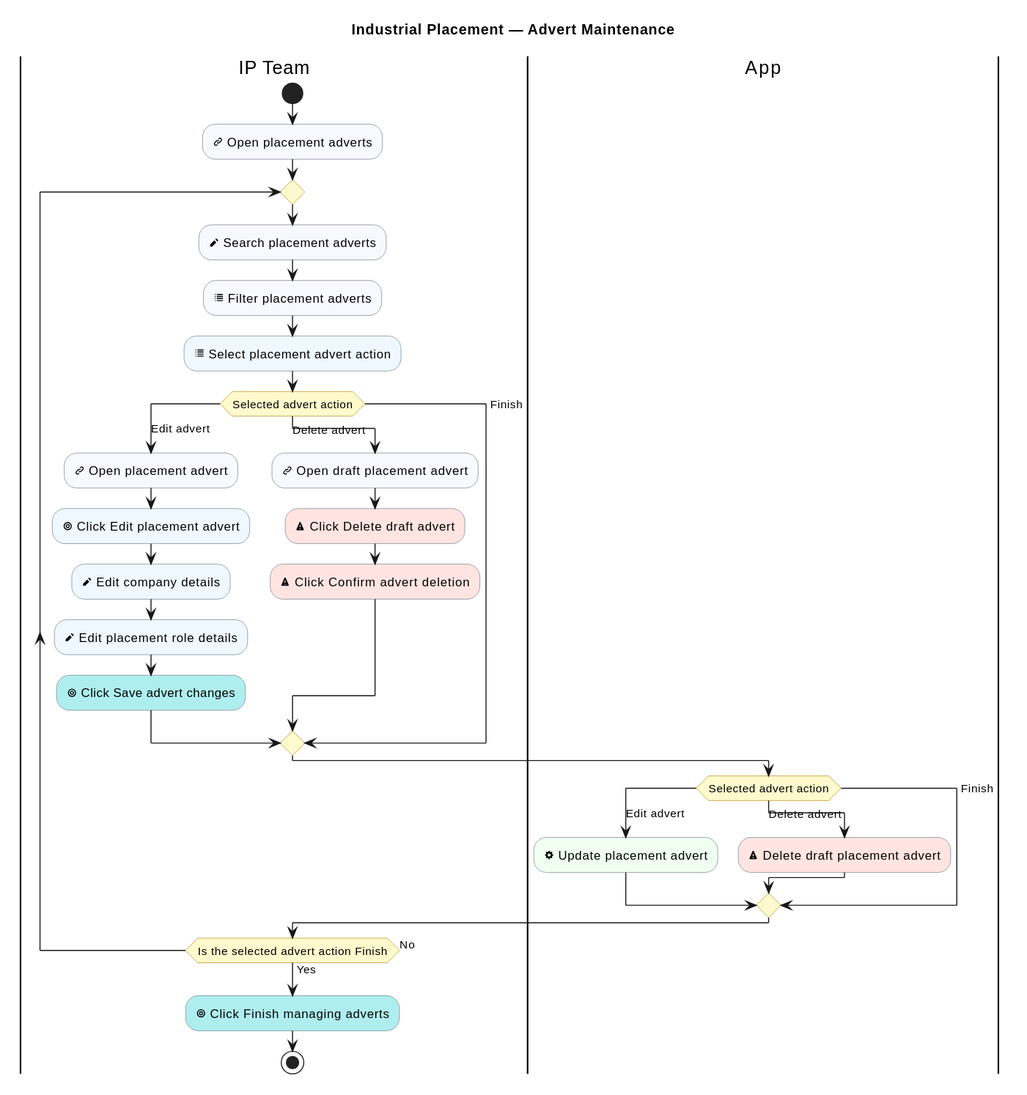
This is industrial-placement-group-project/diagrams/industrial-placement/advert-maintenance.svg from sdflkjssl/sdflkjssl.github.io, a PlantUML export, as it was before one commit.
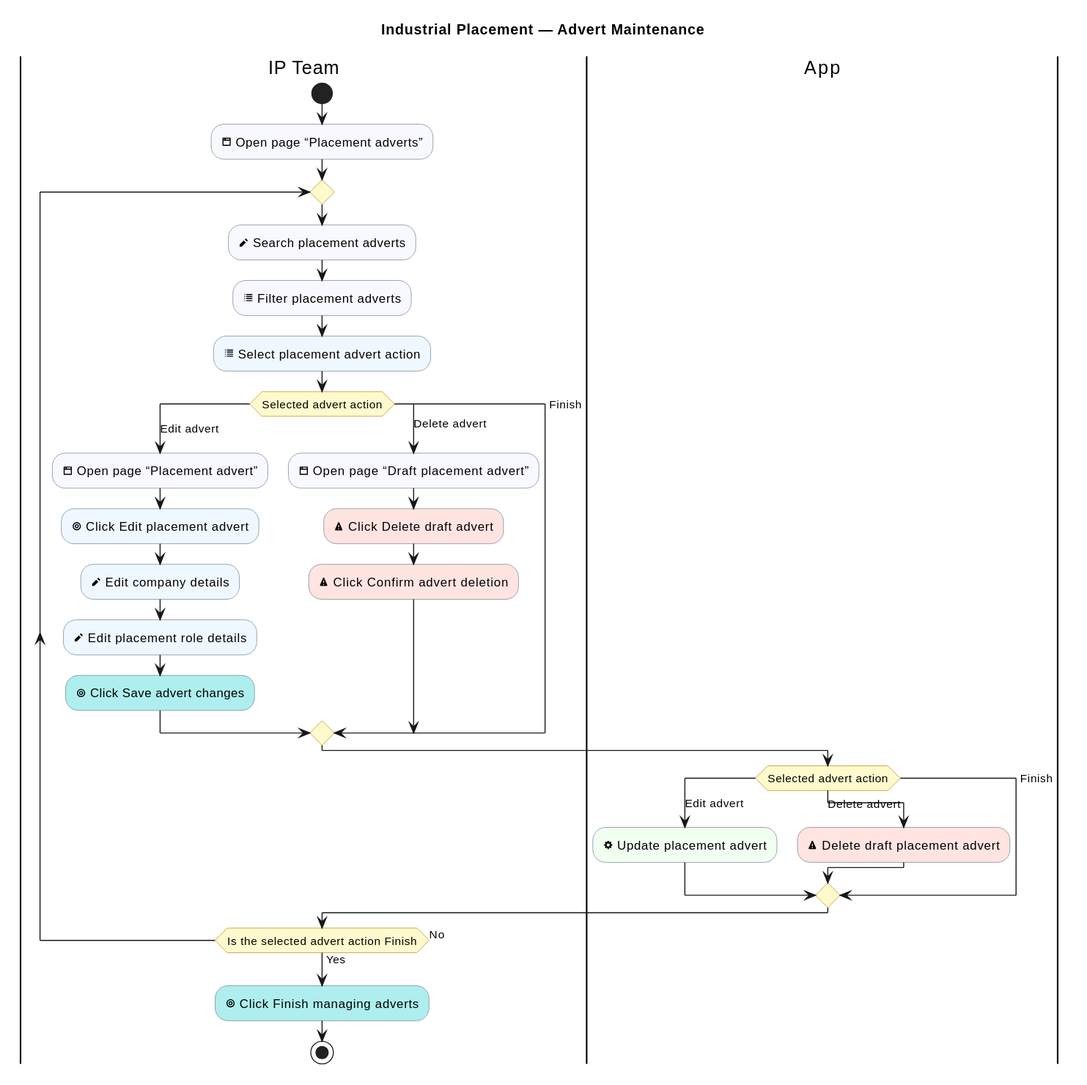
Above is the later version.

What changed in the source:
```diff
@@ -12,20 +12,20 @@
 
 |IP Team|
 start
-:<&link-intact> Open placement adverts; <<#GhostWhite>>
+:<&browser> Open page “Placement adverts”; <<#GhostWhite>>
 repeat
   :<&pencil> Search placement adverts; <<#GhostWhite>>
   :<&list> Filter placement adverts; <<#GhostWhite>>
   :<&list> Select placement advert action; <<#AliceBlue>>
   switch (Selected advert action)
   case (Edit advert)
-    :<&link-intact> Open placement advert; <<#GhostWhite>>
+    :<&browser> Open page “Placement advert”; <<#GhostWhite>>
     :<&target> Click Edit placement advert; <<#AliceBlue>>
     :<&pencil> Edit company details; <<#AliceBlue>>
     :<&pencil> Edit placement role details; <<#AliceBlue>>
     :<&target> Click Save advert changes; <<#PaleTurquoise>>
   case (Delete advert)
-    :<&link-intact> Open draft placement advert; <<#GhostWhite>>
+    :<&browser> Open page “Draft placement advert”; <<#GhostWhite>>
     :<&warning> Click Delete draft advert; <<#MistyRose>>
     :<&warning> Click Confirm advert deletion; <<#MistyRose>>
   case (Finish)
```
